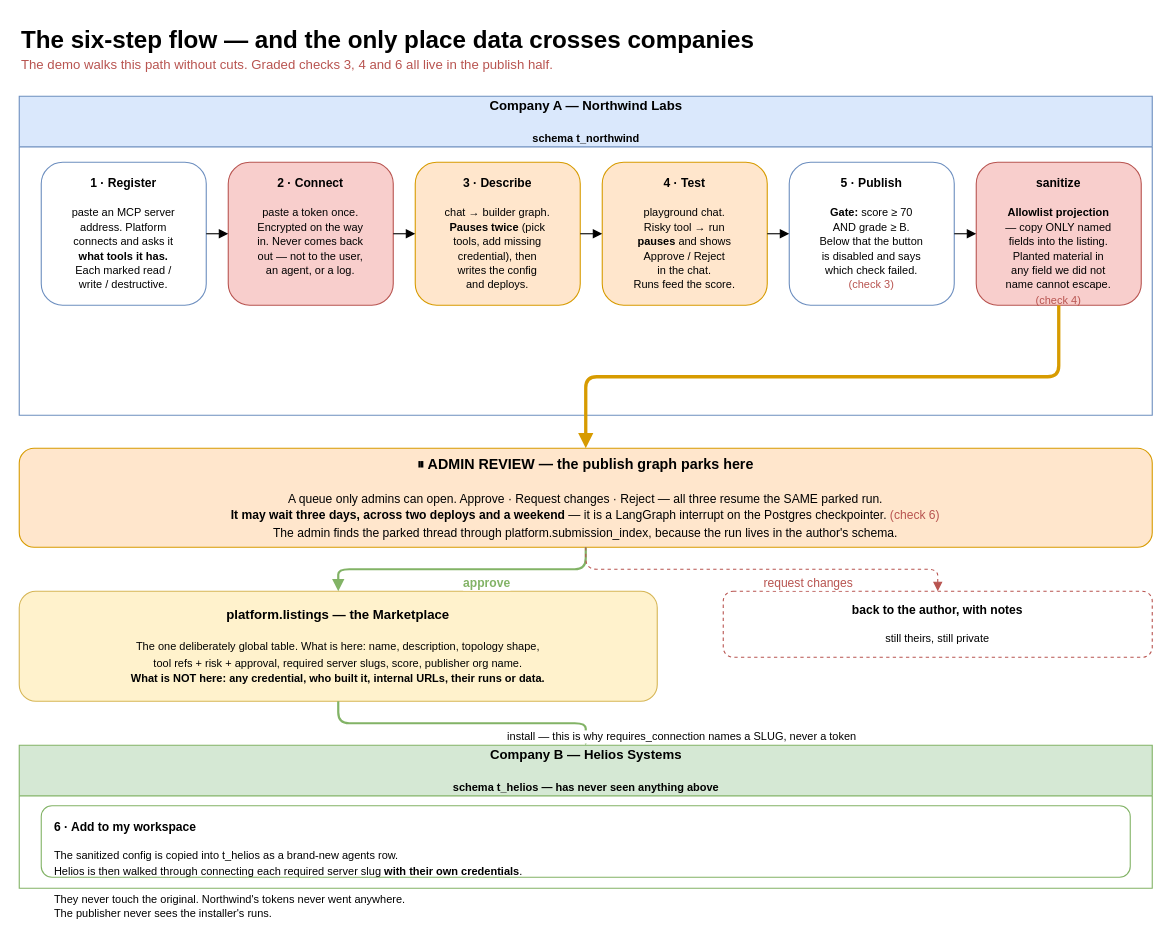
This is page "5 · Six-Step Flow & Publishing" (5 of 5) of docs/architecture.drawio from Shivanilarokar/AgentPlatformCapstone, a draw.io file, before an edit. Source tidied: cells renumbered, new cells numbered last; positions are measured from the earlier drawing's top-left corner, leaving out a move shared by most shapes. Both pictures are drawn from the tidied source at 110%, with x=0, y=0 at pixel (19, 19).
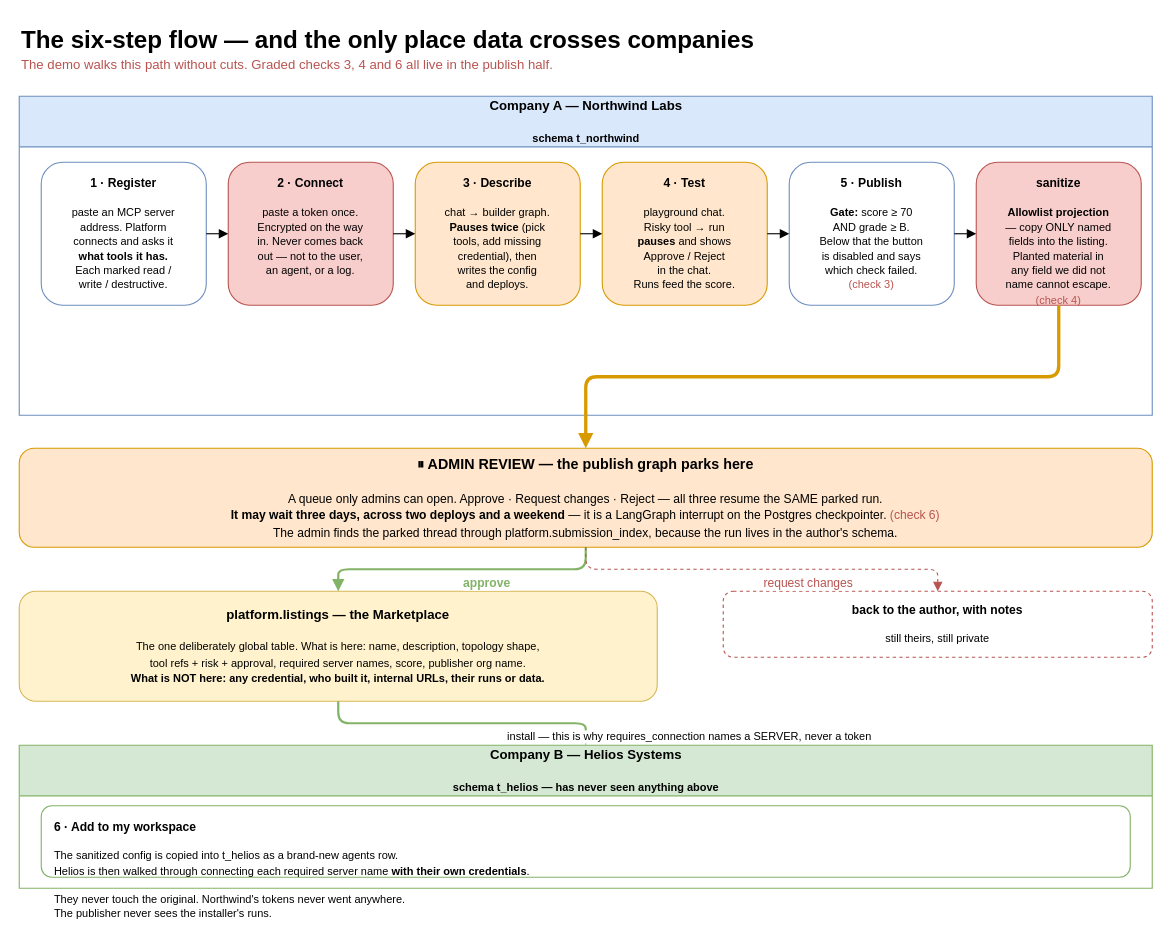
After the change.

The change refers to these unchanged cells:
```xml
<mxCell id="24" value="Company B — Helios Systems&#10;&lt;br&gt;&lt;font style=&quot;font-size:10px&quot;&gt;schema t_helios — has never seen anything above&lt;/font&gt;" style="swimlane;html=1;startSize=46;fillColor=#d5e8d4;strokeColor=#82b366;fontSize=12;fontStyle=1;" parent="1" vertex="1">
  <mxGeometry y="660" width="1030" height="130" as="geometry" />
</mxCell>
<mxCell id="26" style="edgeStyle=orthogonalEdgeStyle;html=1;endArrow=block;strokeWidth=2;strokeColor=#82B366;" parent="1" edge="1" source="18" target="24">
  <mxGeometry relative="1" as="geometry" />
</mxCell>
```

Change to the diagram source:
```diff
@@
-    <mxCell id="18" value="&lt;b&gt;platform.listings — the Marketplace&lt;/b&gt;&#10;&lt;br&gt;&lt;font style=&quot;font-size:10px&quot;&gt;The one deliberately global table. What is here: name, description, topology shape,&lt;br&gt;tool refs + risk + approval, required server slugs, score, publisher org name.&lt;br&gt;&lt;b&gt;What is NOT here: any credential, who built it, internal URLs, their runs or data.&lt;/b&gt;&lt;/font&gt;" style="rounded=1;whiteSpace=wrap;html=1;fillColor=#fff2cc;strokeColor=#d6b656;fontSize=12;verticalAlign=middle;" parent="1" vertex="1">
+    <mxCell id="18" value="&lt;b&gt;platform.listings — the Marketplace&lt;/b&gt;&#10;&lt;br&gt;&lt;font style=&quot;font-size:10px&quot;&gt;The one deliberately global table. What is here: name, description, topology shape,&lt;br&gt;tool refs + risk + approval, required server names, score, publisher org name.&lt;br&gt;&lt;b&gt;What is NOT here: any credential, who built it, internal URLs, their runs or data.&lt;/b&gt;&lt;/font&gt;" style="rounded=1;whiteSpace=wrap;html=1;fillColor=#fff2cc;strokeColor=#d6b656;fontSize=12;verticalAlign=middle;" parent="1" vertex="1">
       <mxGeometry y="520" width="580" height="100" as="geometry" />
     </mxCell>
@@
-    <mxCell id="25" value="&lt;b&gt;6 · Add to my workspace&lt;/b&gt;&#10;&lt;br&gt;&lt;font style=&quot;font-size:10px&quot;&gt;The sanitized config is copied into t_helios as a brand-new agents row.&lt;br&gt;Helios is then walked through connecting each required server slug &lt;b&gt;with their own credentials&lt;/b&gt;.&lt;br&gt;&lt;br&gt;They never touch the original. Northwind's tokens never went anywhere.&lt;br&gt;The publisher never sees the installer's runs.&lt;/font&gt;" style="rounded=1;whiteSpace=wrap;html=1;fillColor=#ffffff;strokeColor=#82b366;fontSize=11;verticalAlign=top;spacingTop=6;align=left;spacingLeft=10;" parent="24" vertex="1">
+    <mxCell id="25" value="&lt;b&gt;6 · Add to my workspace&lt;/b&gt;&#10;&lt;br&gt;&lt;font style=&quot;font-size:10px&quot;&gt;The sanitized config is copied into t_helios as a brand-new agents row.&lt;br&gt;Helios is then walked through connecting each required server name &lt;b&gt;with their own credentials&lt;/b&gt;.&lt;br&gt;&lt;br&gt;They never touch the original. Northwind's tokens never went anywhere.&lt;br&gt;The publisher never sees the installer's runs.&lt;/font&gt;" style="rounded=1;whiteSpace=wrap;html=1;fillColor=#ffffff;strokeColor=#82b366;fontSize=11;verticalAlign=top;spacingTop=6;align=left;spacingLeft=10;" parent="24" vertex="1">
       <mxGeometry x="20" y="55" width="990" height="65" as="geometry" />
     </mxCell>
@@
-    <mxCell id="27" value="install — this is why requires_connection names a SLUG, never a token" style="edgeLabel;html=1;fontSize=10;labelBackgroundColor=#FFFFFF;" parent="26" vertex="1">
+    <mxCell id="27" value="install — this is why requires_connection names a SERVER, never a token" style="edgeLabel;html=1;fontSize=10;labelBackgroundColor=#FFFFFF;" parent="26" vertex="1">
       <mxGeometry x="0.3" relative="1" as="geometry" />
     </mxCell>
```
